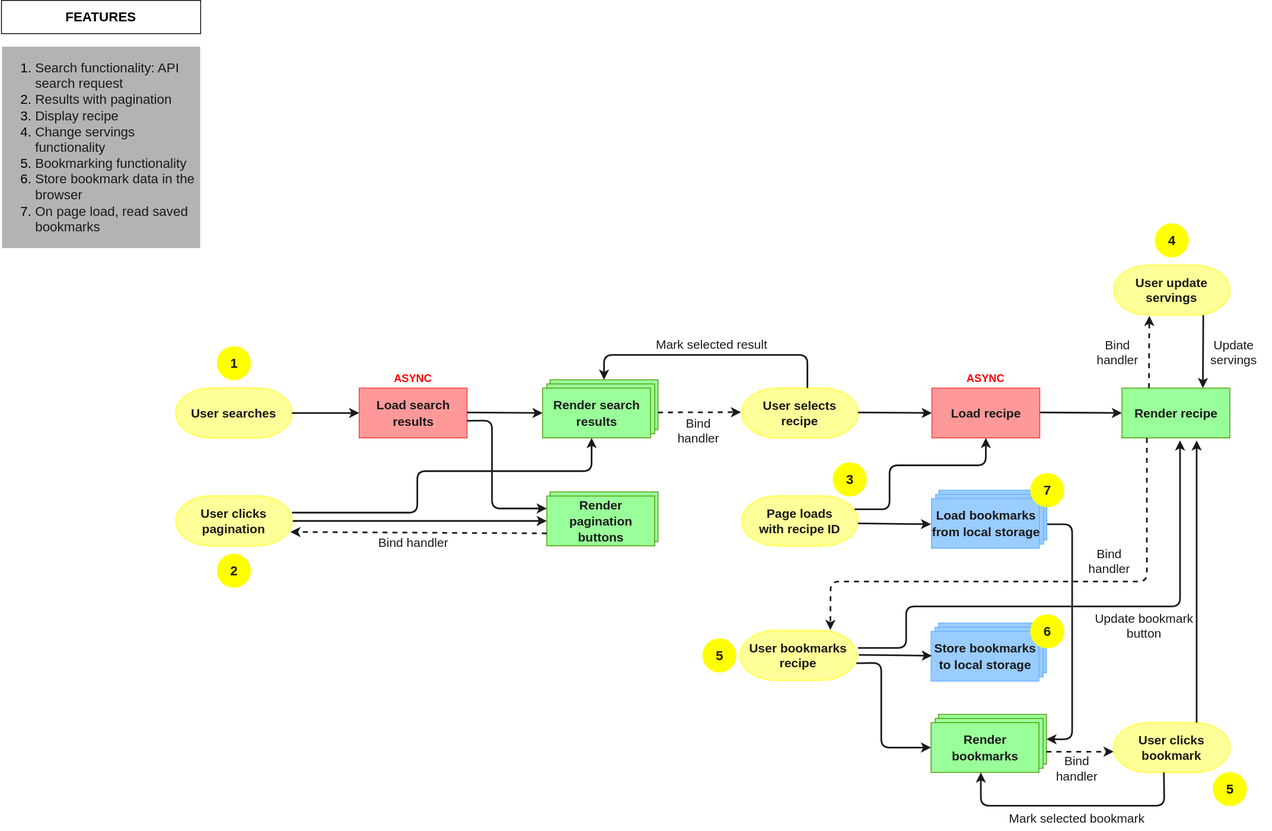
The draw.io diagram flowchart.drawio.svg in phieraditya/recipe-book, before a commit. Source tidied: cells renumbered, new cells last; positions are measured from the earlier drawing's top-left corner, leaving out a move shared by most shapes.
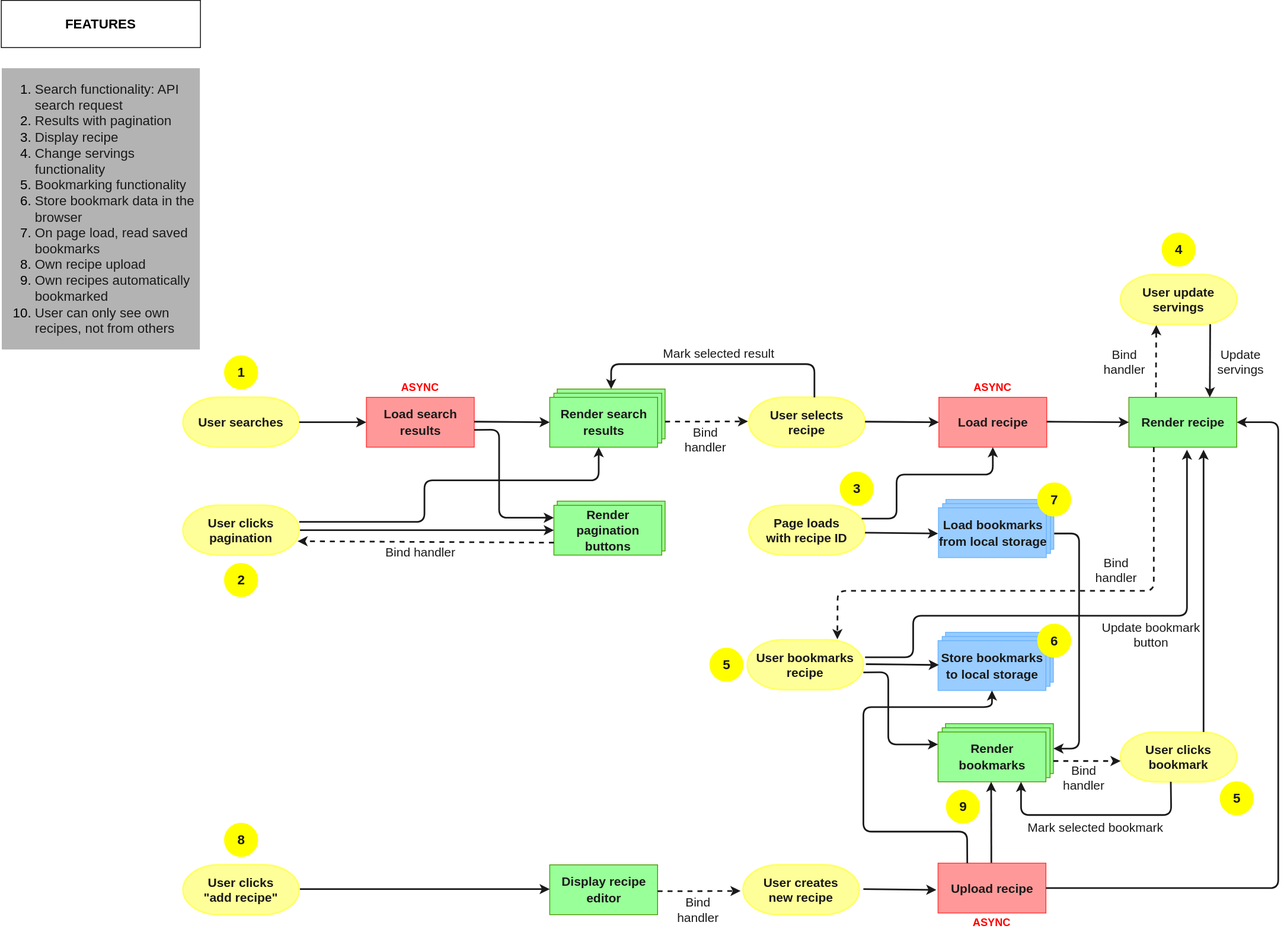
The same file after the commit.

Commit message:
update flowchart with own recipes functionality

The edit, as a diff of the source:
```diff
@@ -3,13 +3,13 @@
     <mxCell id="0" />
     <mxCell id="1" parent="0" />
     <mxCell id="2" style="group;" parent="1" vertex="1">
-      <mxGeometry width="241" height="317" as="geometry" />
+      <mxGeometry x="-9" y="-11" width="241" height="450" as="geometry" />
     </mxCell>
     <mxCell id="3" value="&lt;b&gt;&lt;font style=&quot;font-size: 16px&quot;&gt;FEATURES&lt;/font&gt;&lt;/b&gt;" style="rounded=0;whiteSpace=wrap;html=1;" parent="2" vertex="1">
-      <mxGeometry x="1" width="240" height="40" as="geometry" />
+      <mxGeometry x="1" width="240" height="56.8" as="geometry" />
     </mxCell>
-    <mxCell id="4" value="&lt;ol&gt;&lt;li&gt;&lt;font color=&quot;#1a1a1a&quot;&gt;Search functionality: API search request&lt;/font&gt;&lt;/li&gt;&lt;li&gt;&lt;font color=&quot;#1a1a1a&quot;&gt;Results with pagination&lt;/font&gt;&lt;/li&gt;&lt;li&gt;&lt;font color=&quot;#1a1a1a&quot;&gt;Display recipe&lt;/font&gt;&lt;/li&gt;&lt;li&gt;&lt;font color=&quot;#1a1a1a&quot;&gt;Change servings functionality&lt;/font&gt;&lt;/li&gt;&lt;li&gt;&lt;font color=&quot;#1a1a1a&quot;&gt;Bookmarking functionality&lt;/font&gt;&lt;/li&gt;&lt;li&gt;&lt;font color=&quot;#1a1a1a&quot;&gt;Store bookmark data in the browser&lt;/font&gt;&lt;/li&gt;&lt;li&gt;&lt;font color=&quot;#1a1a1a&quot;&gt;On page load, read saved bookmarks&lt;/font&gt;&lt;/li&gt;&lt;/ol&gt;" style="text;strokeColor=none;fillColor=none;html=1;whiteSpace=wrap;verticalAlign=middle;overflow=hidden;labelBackgroundColor=#B3B3B3;fontSize=16;" parent="2" vertex="1">
-      <mxGeometry y="37" width="241" height="280" as="geometry" />
+    <mxCell id="4" value="&lt;ol&gt;&lt;li&gt;&lt;font color=&quot;#1a1a1a&quot;&gt;Search functionality: API search request&lt;/font&gt;&lt;/li&gt;&lt;li&gt;&lt;font color=&quot;#1a1a1a&quot;&gt;Results with pagination&lt;/font&gt;&lt;/li&gt;&lt;li&gt;&lt;font color=&quot;#1a1a1a&quot;&gt;Display recipe&lt;/font&gt;&lt;/li&gt;&lt;li&gt;&lt;font color=&quot;#1a1a1a&quot;&gt;Change servings functionality&lt;/font&gt;&lt;/li&gt;&lt;li&gt;&lt;font color=&quot;#1a1a1a&quot;&gt;Bookmarking functionality&lt;/font&gt;&lt;/li&gt;&lt;li&gt;&lt;font color=&quot;#1a1a1a&quot;&gt;Store bookmark data in the browser&lt;/font&gt;&lt;/li&gt;&lt;li&gt;&lt;font color=&quot;#1a1a1a&quot;&gt;On page load, read saved bookmarks&lt;/font&gt;&lt;/li&gt;&lt;li&gt;&lt;font color=&quot;#1a1a1a&quot;&gt;Own recipe upload&lt;/font&gt;&lt;/li&gt;&lt;li&gt;&lt;font color=&quot;#1a1a1a&quot;&gt;Own recipes automatically bookmarked&lt;/font&gt;&lt;/li&gt;&lt;li&gt;&lt;font color=&quot;#1a1a1a&quot;&gt;User can only see own recipes, not from others&lt;/font&gt;&lt;/li&gt;&lt;/ol&gt;" style="text;strokeColor=none;fillColor=none;html=1;whiteSpace=wrap;verticalAlign=middle;overflow=hidden;labelBackgroundColor=#B3B3B3;fontSize=16;" parent="2" vertex="1">
+      <mxGeometry y="52.5" width="241" height="397.5" as="geometry" />
     </mxCell>
     <mxCell id="5" value="&lt;font style=&quot;font-size: 15px&quot;&gt;&lt;b&gt;User selects &lt;br&gt;recipe&lt;/b&gt;&lt;/font&gt;" style="strokeWidth=2;html=1;shape=mxgraph.flowchart.terminator;whiteSpace=wrap;fontColor=#1A1A1A;labelBackgroundColor=none;labelBorderColor=none;fillColor=#FFFF99;strokeColor=#FFFF66;fontSize=15;" parent="1" vertex="1">
       <mxGeometry x="893" y="467" width="140" height="60" as="geometry" />
@@ -242,6 +242,12 @@
     <mxCell id="66" value="&lt;b&gt;&lt;font style=&quot;font-size: 15px&quot;&gt;Render &lt;br&gt;bookmarks&lt;/font&gt;&lt;/b&gt;" style="html=1;dashed=0;whitespace=wrap;labelBackgroundColor=none;labelBorderColor=none;fontSize=16;fontColor=#1A1A1A;strokeColor=#4D9900;fillColor=#99FF99;" parent="63" vertex="1">
       <mxGeometry y="10" width="130" height="60" as="geometry" />
     </mxCell>
+    <mxCell id="82" style="endArrow=classic;html=1;fontSize=15;fontColor=#FF0000;strokeColor=#1A1A1A;strokeWidth=2;" parent="63" edge="1">
+      <mxGeometry relative="1" as="geometry">
+        <mxPoint x="64.2" y="170" as="sourcePoint" />
+        <mxPoint x="64" y="70" as="targetPoint" />
+      </mxGeometry>
+    </mxCell>
     <mxCell id="67" style="group;" parent="1" vertex="1">
       <mxGeometry x="846" y="759" width="185" height="60" as="geometry" />
     </mxCell>
@@ -257,12 +263,12 @@
         <mxPoint x="1122" y="789.3" as="targetPoint" />
       </mxGeometry>
     </mxCell>
-    <mxCell id="71" style="endArrow=classic;html=1;fontSize=15;fontColor=#FF0000;exitX=1;exitY=0.5;exitDx=0;exitDy=0;exitPerimeter=0;strokeColor=#1A1A1A;strokeWidth=2;entryX=0;entryY=0.5;entryDx=0;entryDy=0;" parent="1" edge="1" target="66">
+    <mxCell id="71" style="endArrow=classic;html=1;fontSize=15;fontColor=#FF0000;exitX=1;exitY=0.5;exitDx=0;exitDy=0;exitPerimeter=0;strokeColor=#1A1A1A;strokeWidth=2;entryX=0;entryY=0.25;entryDx=0;entryDy=0;" parent="1" edge="1" target="66">
       <mxGeometry relative="1" as="geometry">
         <mxPoint x="1031" y="798.3" as="sourcePoint" />
         <Array as="points">
           <mxPoint x="1061" y="798" />
-          <mxPoint x="1061" y="900" />
+          <mxPoint x="1061" y="885" />
         </Array>
       </mxGeometry>
     </mxCell>
@@ -303,15 +309,15 @@
     <mxCell id="78" style="endArrow=classic;html=1;fontSize=15;fontColor=#FF0000;strokeColor=#1A1A1A;strokeWidth=2;" parent="1" edge="1">
       <mxGeometry relative="1" as="geometry">
         <mxPoint x="1401.5" y="930" as="sourcePoint" />
-        <mxPoint x="1181" y="930" as="targetPoint" />
+        <mxPoint x="1221" y="930" as="targetPoint" />
         <Array as="points">
           <mxPoint x="1402" y="970" />
-          <mxPoint x="1181" y="970" />
+          <mxPoint x="1221" y="970" />
         </Array>
       </mxGeometry>
     </mxCell>
     <mxCell id="79" value="Mark selected bookmark" style="text;html=1;strokeColor=none;fillColor=none;align=center;verticalAlign=middle;whiteSpace=wrap;rounded=0;labelBackgroundColor=none;labelBorderColor=none;fontSize=15;fontColor=#1A1A1A;" parent="1" vertex="1">
-      <mxGeometry x="1207" y="970" width="180" height="30" as="geometry" />
+      <mxGeometry x="1221" y="970" width="180" height="30" as="geometry" />
     </mxCell>
     <mxCell id="80" style="endArrow=classic;html=1;fontSize=15;fontColor=#FF0000;strokeColor=#1A1A1A;strokeWidth=2;" parent="1" edge="1">
       <mxGeometry relative="1" as="geometry">
@@ -328,5 +334,72 @@
         </Array>
       </mxGeometry>
     </mxCell>
+    <mxCell id="83" style="group;" parent="1" vertex="1">
+      <mxGeometry x="211" y="980" width="908" height="118.5" as="geometry" />
+    </mxCell>
+    <mxCell id="84" value="&lt;span style=&quot;font-size: 15px&quot;&gt;&lt;b&gt;Display recipe &lt;br&gt;editor&lt;/b&gt;&lt;/span&gt;" style="html=1;dashed=0;whitespace=wrap;labelBackgroundColor=none;labelBorderColor=none;fontSize=16;fontColor=#1A1A1A;strokeColor=#4D9900;fillColor=#99FF99;" parent="83" vertex="1">
+      <mxGeometry x="442" y="50" width="130" height="60" as="geometry" />
+    </mxCell>
+    <mxCell id="85" style="endArrow=classic;html=1;fontSize=15;fontColor=#FF0000;strokeColor=#1A1A1A;strokeWidth=2;" parent="83" edge="1">
+      <mxGeometry relative="1" as="geometry">
+        <mxPoint x="136" y="79.2" as="sourcePoint" />
+        <mxPoint x="442" y="79.2" as="targetPoint" />
+      </mxGeometry>
+    </mxCell>
+    <mxCell id="86" style="group;" parent="83" vertex="1">
+      <mxGeometry width="140" height="110" as="geometry" />
+    </mxCell>
+    <mxCell id="87" value="&lt;font style=&quot;font-size: 15px&quot;&gt;&lt;b&gt;User clicks &lt;br&gt;&quot;add recipe&quot;&lt;/b&gt;&lt;/font&gt;" style="strokeWidth=2;html=1;shape=mxgraph.flowchart.terminator;whiteSpace=wrap;fontColor=#1A1A1A;labelBackgroundColor=none;labelBorderColor=none;fillColor=#FFFF99;strokeColor=#FFFF66;fontSize=15;" parent="86" vertex="1">
+      <mxGeometry y="50" width="140" height="60" as="geometry" />
+    </mxCell>
+    <mxCell id="88" value="&lt;b&gt;8&lt;/b&gt;" style="shape=ellipse;html=1;dashed=0;whitespace=wrap;perimeter=ellipsePerimeter;labelBackgroundColor=none;labelBorderColor=none;fontSize=16;fontColor=#1A1A1A;strokeColor=#FFFF00;fillColor=#FFFF00;" parent="86" vertex="1">
+      <mxGeometry x="50" width="40" height="40" as="geometry" />
+    </mxCell>
+    <mxCell id="89" style="endArrow=classic;html=1;fontSize=15;fontColor=#FF0000;exitX=1;exitY=0.5;exitDx=0;exitDy=0;exitPerimeter=0;strokeColor=#1A1A1A;strokeWidth=2;dashed=1;" parent="83" edge="1">
+      <mxGeometry relative="1" as="geometry">
+        <mxPoint x="572" y="81.8" as="sourcePoint" />
+        <mxPoint x="672" y="81.5" as="targetPoint" />
+      </mxGeometry>
+    </mxCell>
+    <mxCell id="90" value="Bind &lt;br&gt;handler" style="text;html=1;strokeColor=none;fillColor=none;align=center;verticalAlign=middle;whiteSpace=wrap;rounded=0;labelBackgroundColor=none;labelBorderColor=none;fontSize=15;fontColor=#1A1A1A;" parent="83" vertex="1">
+      <mxGeometry x="576" y="88.5" width="90" height="30" as="geometry" />
+    </mxCell>
+    <mxCell id="91" value="&lt;font style=&quot;font-size: 15px&quot;&gt;&lt;b&gt;User creates &lt;br&gt;new recipe&lt;/b&gt;&lt;/font&gt;" style="strokeWidth=2;html=1;shape=mxgraph.flowchart.terminator;whiteSpace=wrap;fontColor=#1A1A1A;labelBackgroundColor=none;labelBorderColor=none;fillColor=#FFFF99;strokeColor=#FFFF66;fontSize=15;" parent="83" vertex="1">
+      <mxGeometry x="675" y="50" width="140" height="60" as="geometry" />
+    </mxCell>
+    <mxCell id="92" style="endArrow=classic;html=1;fontSize=15;fontColor=#FF0000;exitX=1;exitY=0.5;exitDx=0;exitDy=0;exitPerimeter=0;strokeColor=#1A1A1A;strokeWidth=2;" parent="83" edge="1">
+      <mxGeometry relative="1" as="geometry">
+        <mxPoint x="820" y="79.2" as="sourcePoint" />
+        <mxPoint x="908" y="80.2" as="targetPoint" />
+      </mxGeometry>
+    </mxCell>
+    <mxCell id="93" value="&lt;b style=&quot;font-size: 15px&quot;&gt;Upload recipe&lt;/b&gt;" style="html=1;dashed=0;whitespace=wrap;labelBackgroundColor=none;labelBorderColor=none;fontSize=16;fontColor=#1A1A1A;strokeColor=#FF3333;fillColor=#FF9999;" parent="1" vertex="1">
+      <mxGeometry x="1121" y="1028" width="130" height="60" as="geometry" />
+    </mxCell>
+    <mxCell id="94" value="&lt;b&gt;&lt;font style=&quot;font-size: 13px&quot; color=&quot;#ff0000&quot;&gt;ASYNC&lt;/font&gt;&lt;/b&gt;" style="text;html=1;strokeColor=none;fillColor=none;align=center;verticalAlign=middle;whiteSpace=wrap;rounded=0;labelBackgroundColor=none;labelBorderColor=none;fontSize=15;fontColor=#1A1A1A;" parent="1" vertex="1">
+      <mxGeometry x="1156" y="1083" width="60" height="30" as="geometry" />
+    </mxCell>
+    <mxCell id="95" style="endArrow=classic;html=1;fontSize=15;fontColor=#FF0000;strokeColor=#1A1A1A;strokeWidth=2;exitX=1;exitY=0.5;exitDx=0;exitDy=0;entryX=1;entryY=0.5;entryDx=0;entryDy=0;" parent="1" edge="1" source="93" target="6">
+      <mxGeometry relative="1" as="geometry">
+        <Array as="points">
+          <mxPoint x="1531" y="1058" />
+          <mxPoint x="1531" y="497" />
+        </Array>
+      </mxGeometry>
+    </mxCell>
+    <mxCell id="96" style="endArrow=classic;html=1;fontSize=15;fontColor=#FF0000;strokeColor=#1A1A1A;strokeWidth=2;entryX=0.5;entryY=1;entryDx=0;entryDy=0;" parent="1" edge="1" target="52">
+      <mxGeometry relative="1" as="geometry">
+        <mxPoint x="1156.2" y="1028" as="sourcePoint" />
+        <Array as="points">
+          <mxPoint x="1156" y="990" />
+          <mxPoint x="1031" y="990" />
+          <mxPoint x="1031" y="840" />
+          <mxPoint x="1186" y="840" />
+        </Array>
+      </mxGeometry>
+    </mxCell>
+    <mxCell id="97" value="&lt;b&gt;9&lt;/b&gt;" style="shape=ellipse;html=1;dashed=0;whitespace=wrap;perimeter=ellipsePerimeter;labelBackgroundColor=none;labelBorderColor=none;fontSize=16;fontColor=#1A1A1A;strokeColor=#FFFF00;fillColor=#FFFF00;" parent="1" vertex="1">
+      <mxGeometry x="1131" y="940" width="40" height="40" as="geometry" />
+    </mxCell>
   </root>
 </mxGraphModel>
```
